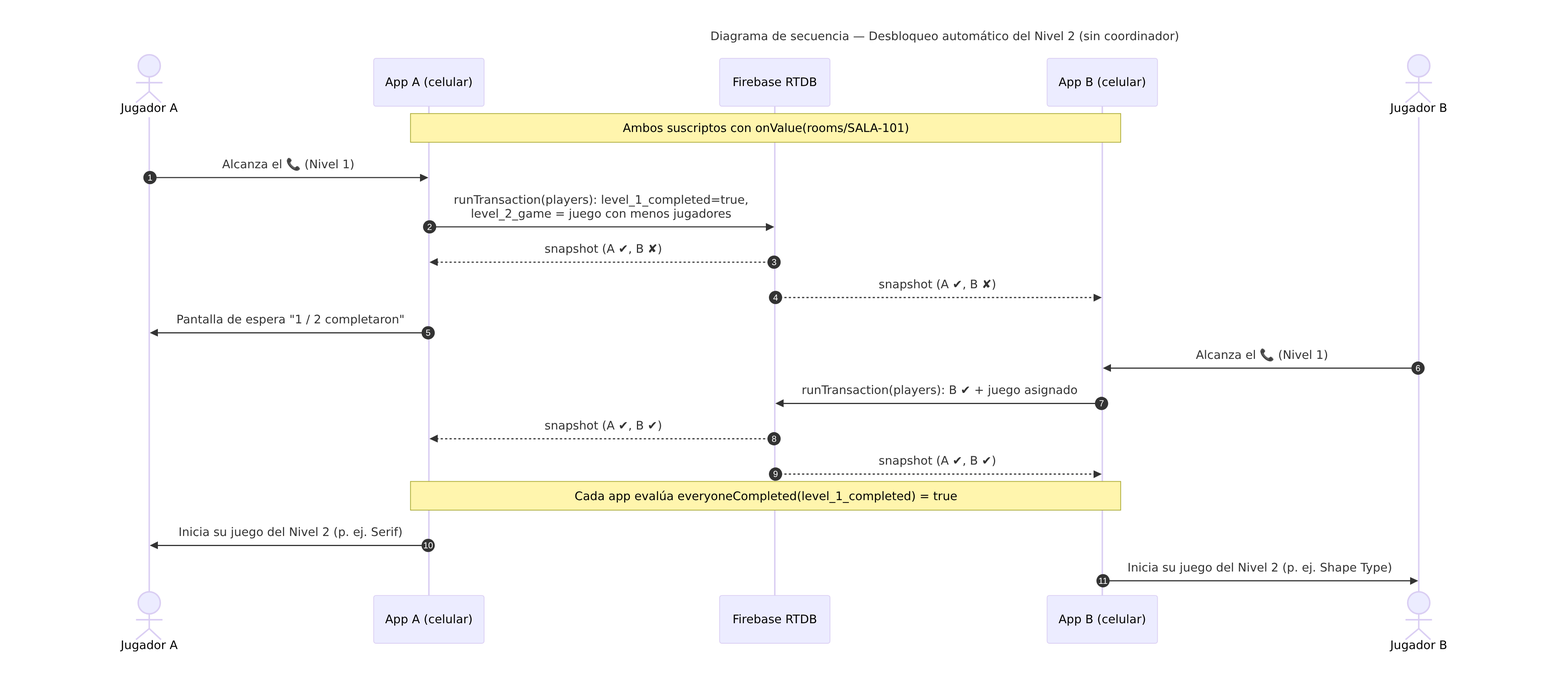
This is docs/diagramas/10-secuencia-desbloqueo.png from morphine75/escape_room, a Mermaid export, as it was before one commit. Its source is kept beside it as docs/diagramas/fuentes/10-secuencia-desbloqueo.mmd.
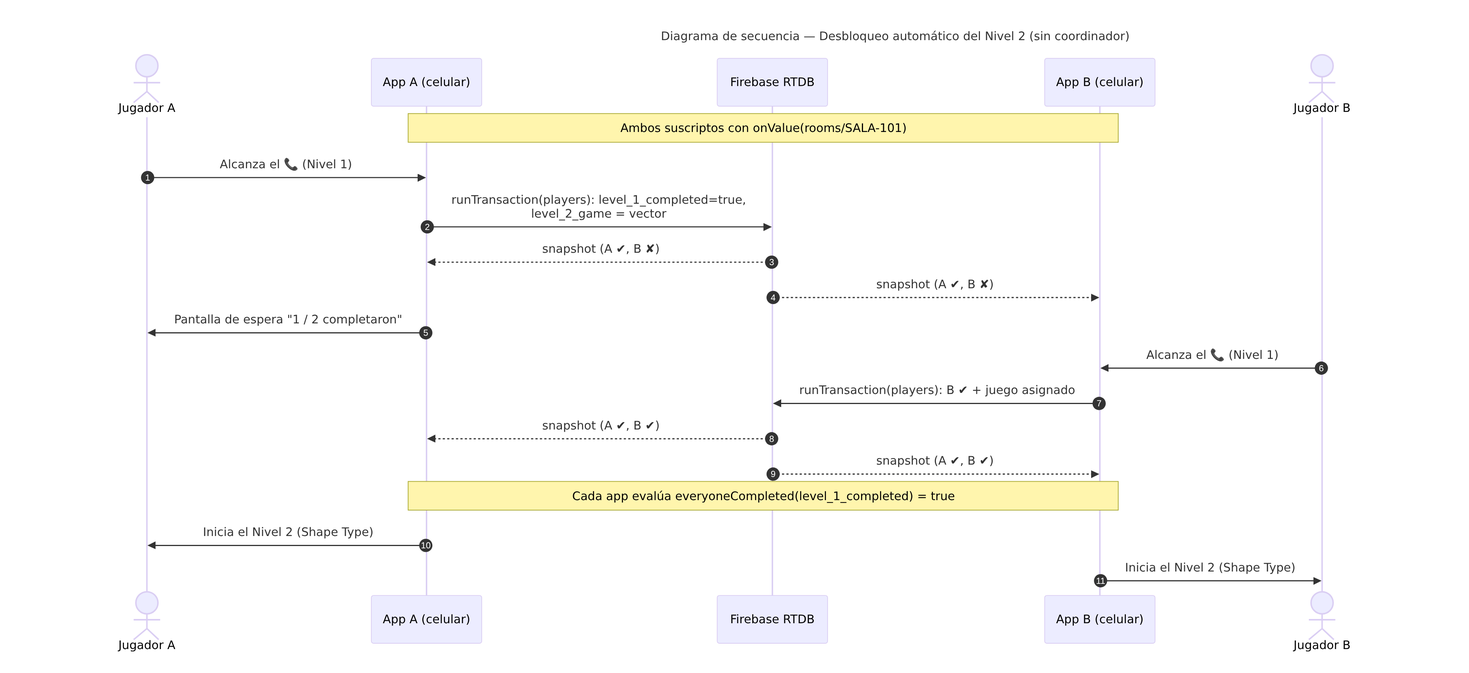
Above is the later version.

Change to the diagram source:
```diff
@@ -11,7 +11,7 @@
 
   Note over AA,AB: Ambos suscriptos con onValue(rooms/SALA-101)
   A->>AA: Alcanza el 📞 (Nivel 1)
-  AA->>FB: runTransaction(players): level_1_completed=true,<br/>level_2_game = juego con menos jugadores
+  AA->>FB: runTransaction(players): level_1_completed=true,<br/>level_2_game = vector
   FB-->>AA: snapshot (A ✔, B ✘)
   FB-->>AB: snapshot (A ✔, B ✘)
   AA->>A: Pantalla de espera "1 / 2 completaron"
@@ -20,5 +20,5 @@
   FB-->>AA: snapshot (A ✔, B ✔)
   FB-->>AB: snapshot (A ✔, B ✔)
   Note over AA,AB: Cada app evalúa everyoneCompleted(level_1_completed) = true
-  AA->>A: Inicia su juego del Nivel 2 (p. ej. Serif)
-  AB->>B: Inicia su juego del Nivel 2 (p. ej. Shape Type)
+  AA->>A: Inicia el Nivel 2 (Shape Type)
+  AB->>B: Inicia el Nivel 2 (Shape Type)
```
